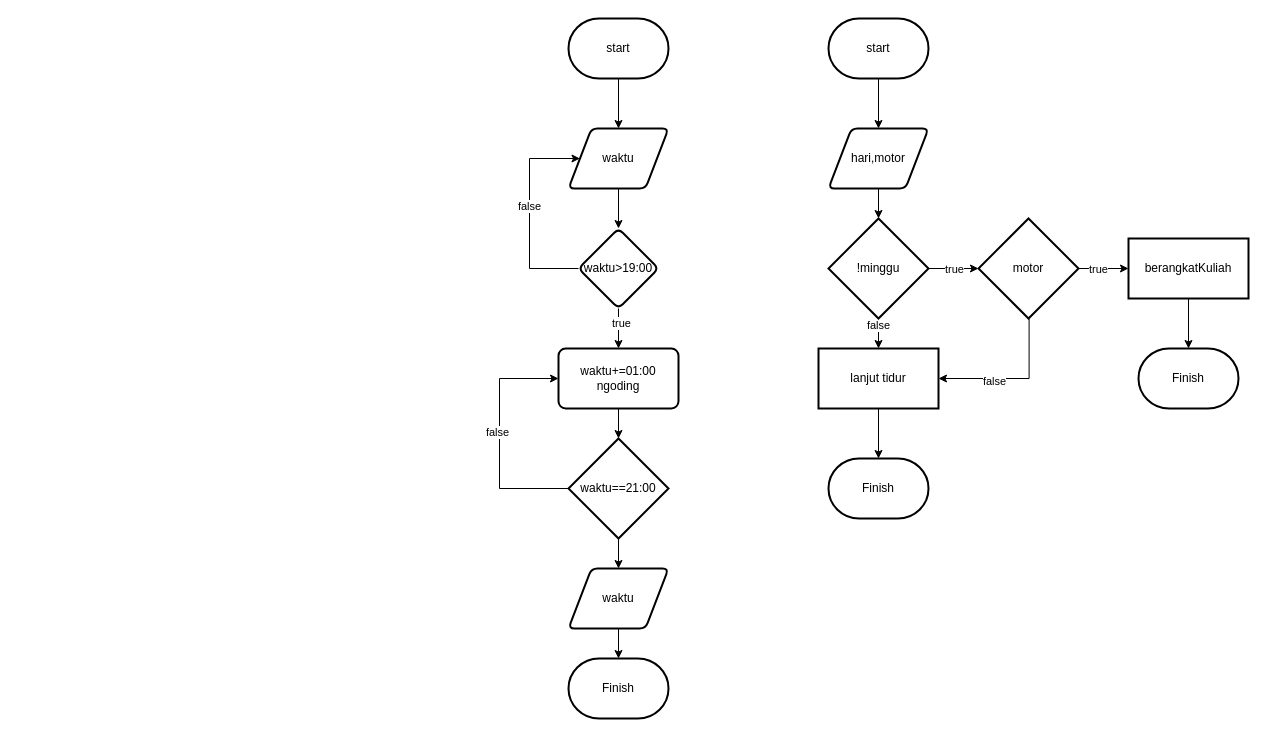
Earlier version of the draw.io diagram Untitled Diagram.drawio (EkoRamadhan17/flowcard). Source tidied: cells renumbered, new cells numbered last; positions are measured from the earlier drawing's top-left corner, leaving out a move shared by most shapes. Both pictures are drawn from the tidied source at 100%, with x=0, y=0 at pixel (499, 18).
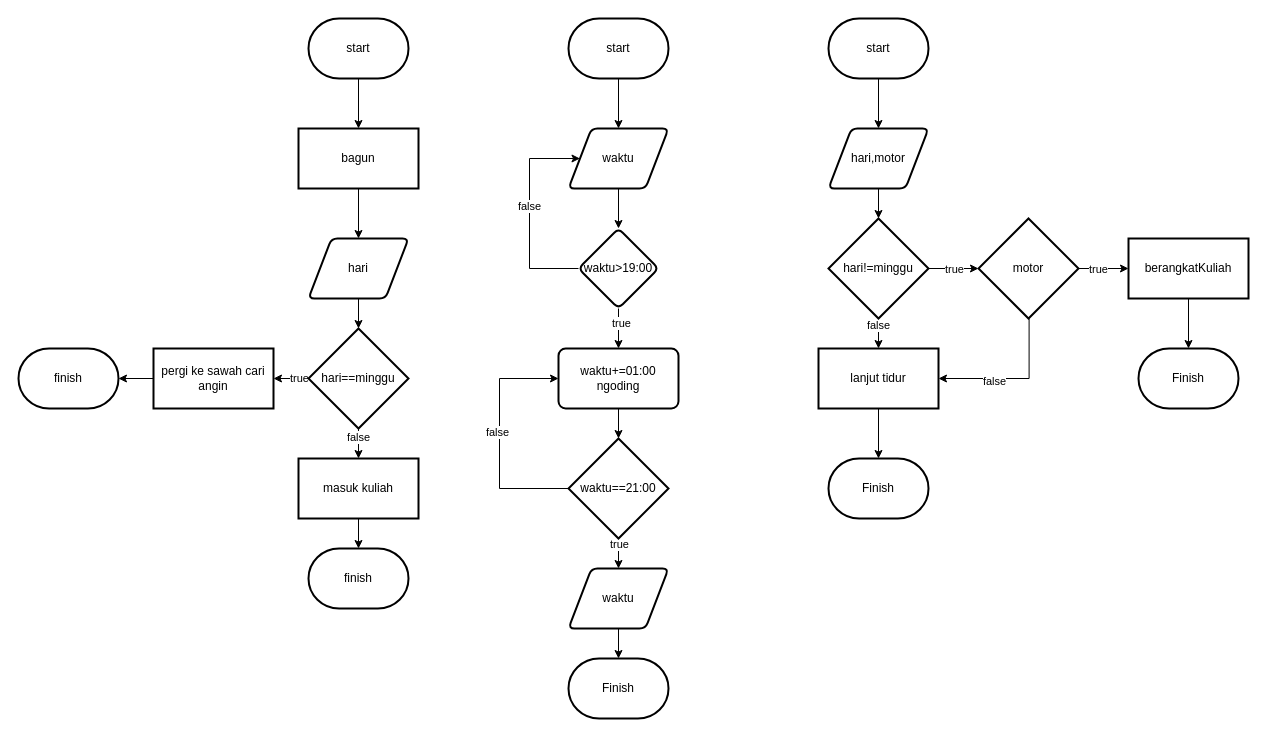
Above is the later version.

The change refers to these unchanged cells:
```xml
<mxCell id="35" style="edgeStyle=orthogonalEdgeStyle;rounded=0;jettySize=auto;html=1;" parent="1" edge="1" source="36" target="38">
  <mxGeometry relative="1" as="geometry" />
</mxCell>
```

What changed in the source:
```diff
@@
-    <mxCell id="10" value="!minggu" style="strokeWidth=2;html=1;shape=mxgraph.flowchart.decision;whiteSpace=wrap;" parent="1" vertex="1">
+    <mxCell id="10" value="hari!=minggu" style="strokeWidth=2;html=1;shape=mxgraph.flowchart.decision;whiteSpace=wrap;" parent="1" vertex="1">
       <mxGeometry x="329" y="200" width="100" height="100" as="geometry" />
     </mxCell>
@@
+    <mxCell id="40" value="true" style="edgeLabel;html=1;align=center;verticalAlign=middle;" parent="35" vertex="1">
+      <mxGeometry x="-0.82" relative="1" as="geometry" />
+    </mxCell>
@@
+    <mxCell id="41" style="edgeStyle=orthogonalEdgeStyle;rounded=0;jettySize=auto;html=1;" parent="1" edge="1" source="42" target="44">
+      <mxGeometry relative="1" as="geometry" />
+    </mxCell>
+    <mxCell id="42" value="start" style="strokeWidth=2;html=1;shape=mxgraph.flowchart.terminator;whiteSpace=wrap;" parent="1" vertex="1">
+      <mxGeometry x="-191" width="100" height="60" as="geometry" />
+    </mxCell>
+    <mxCell id="43" style="edgeStyle=orthogonalEdgeStyle;rounded=0;jettySize=auto;html=1;" parent="1" edge="1" source="44" target="46">
+      <mxGeometry relative="1" as="geometry" />
+    </mxCell>
+    <mxCell id="44" value="bagun" style="whiteSpace=wrap;html=1;strokeWidth=2;" parent="1" vertex="1">
+      <mxGeometry x="-201" y="110" width="120" height="60" as="geometry" />
+    </mxCell>
+    <mxCell id="45" style="edgeStyle=orthogonalEdgeStyle;rounded=0;jettySize=auto;html=1;entryX=0.5;entryY=0;entryDx=0;entryDy=0;entryPerimeter=0;" parent="1" edge="1" source="46" target="51">
+      <mxGeometry relative="1" as="geometry" />
+    </mxCell>
+    <mxCell id="46" value="hari" style="shape=parallelogram;html=1;strokeWidth=2;perimeter=parallelogramPerimeter;whiteSpace=wrap;rounded=1;arcSize=12;size=0.23;" parent="1" vertex="1">
+      <mxGeometry x="-191" y="220" width="100" height="60" as="geometry" />
+    </mxCell>
+    <mxCell id="47" style="edgeStyle=orthogonalEdgeStyle;rounded=0;jettySize=auto;html=1;" parent="1" edge="1" source="51" target="53">
+      <mxGeometry relative="1" as="geometry" />
+    </mxCell>
+    <mxCell id="48" value="true" style="edgeLabel;html=1;align=center;verticalAlign=middle;" parent="47" vertex="1">
+      <mxGeometry x="-0.55" y="-1" relative="1" as="geometry" />
+    </mxCell>
+    <mxCell id="49" style="edgeStyle=orthogonalEdgeStyle;rounded=0;jettySize=auto;html=1;" parent="1" edge="1" source="51" target="55">
+      <mxGeometry relative="1" as="geometry" />
+    </mxCell>
+    <mxCell id="50" value="false" style="edgeLabel;html=1;align=center;verticalAlign=middle;" parent="49" vertex="1">
+      <mxGeometry x="-0.68" y="-1" relative="1" as="geometry" />
+    </mxCell>
+    <mxCell id="51" value="hari==minggu" style="strokeWidth=2;html=1;shape=mxgraph.flowchart.decision;whiteSpace=wrap;" parent="1" vertex="1">
+      <mxGeometry x="-191" y="310" width="100" height="100" as="geometry" />
+    </mxCell>
+    <mxCell id="52" style="edgeStyle=orthogonalEdgeStyle;rounded=0;jettySize=auto;html=1;" parent="1" edge="1" source="53" target="57">
+      <mxGeometry relative="1" as="geometry" />
+    </mxCell>
+    <mxCell id="53" value="pergi ke sawah cari angin" style="whiteSpace=wrap;html=1;strokeWidth=2;" parent="1" vertex="1">
+      <mxGeometry x="-346" y="330" width="120" height="60" as="geometry" />
+    </mxCell>
+    <mxCell id="54" style="edgeStyle=orthogonalEdgeStyle;rounded=0;jettySize=auto;html=1;" parent="1" edge="1" source="55" target="56">
+      <mxGeometry relative="1" as="geometry" />
+    </mxCell>
+    <mxCell id="55" value="masuk kuliah" style="whiteSpace=wrap;html=1;strokeWidth=2;" parent="1" vertex="1">
+      <mxGeometry x="-201" y="440" width="120" height="60" as="geometry" />
+    </mxCell>
+    <mxCell id="56" value="finish" style="strokeWidth=2;html=1;shape=mxgraph.flowchart.terminator;whiteSpace=wrap;" parent="1" vertex="1">
+      <mxGeometry x="-191" y="530" width="100" height="60" as="geometry" />
+    </mxCell>
+    <mxCell id="57" value="finish" style="strokeWidth=2;html=1;shape=mxgraph.flowchart.terminator;whiteSpace=wrap;" parent="1" vertex="1">
+      <mxGeometry x="-481" y="330" width="100" height="60" as="geometry" />
+    </mxCell>
```
